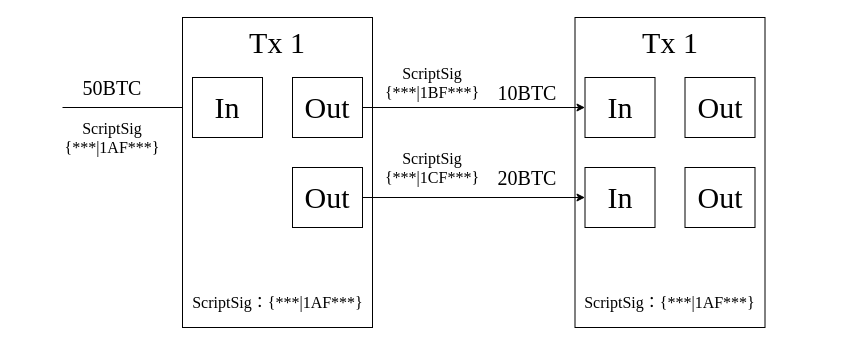
This is transcation.drawio from liugangjian/BTCWallet, a draw.io file, before an edit. Source tidied: cells renumbered, new cells numbered last; positions are measured from the earlier drawing's top-left corner, leaving out a move shared by most shapes. Both pictures are drawn from the tidied source at 100%, with x=0, y=0 at pixel (17, 17).
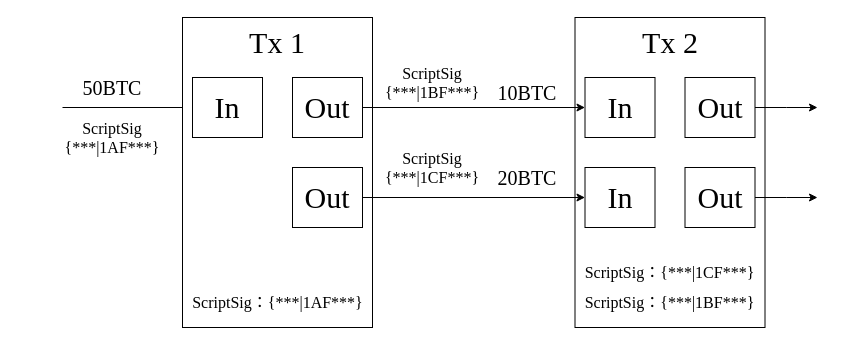
The same diagram, later.

The change refers to these unchanged cells:
```xml
<mxCell id="12" style="group;" parent="1" vertex="1">
  <mxGeometry x="555" width="195" height="310" as="geometry" />
</mxCell>
<mxCell id="16" value="&lt;font face=&quot;Times New Roman&quot; style=&quot;font-size: 30px&quot;&gt;Out&lt;/font&gt;" style="rounded=0;whiteSpace=wrap;html=1;" parent="12" vertex="1">
  <mxGeometry x="112.5" y="60" width="70" height="60" as="geometry" />
</mxCell>
<mxCell id="17" value="&lt;span style=&quot;font-family: &amp;#34;times new roman&amp;#34; ; font-size: 30px&quot;&gt;Out&lt;/span&gt;" style="rounded=0;whiteSpace=wrap;html=1;" parent="12" vertex="1">
  <mxGeometry x="112.5" y="150" width="70" height="60" as="geometry" />
</mxCell>
```

What changed in the source:
```diff
@@
-    <mxCell id="14" value="&lt;font style=&quot;font-size: 30px&quot; face=&quot;Times New Roman&quot;&gt;Tx 1&lt;/font&gt;" style="text;html=1;strokeColor=none;fillColor=none;align=center;verticalAlign=middle;whiteSpace=wrap;rounded=0;" parent="12" vertex="1">
+    <mxCell id="14" value="&lt;font style=&quot;font-size: 30px&quot; face=&quot;Times New Roman&quot;&gt;Tx 2&lt;/font&gt;" style="text;html=1;strokeColor=none;fillColor=none;align=center;verticalAlign=middle;whiteSpace=wrap;rounded=0;" parent="12" vertex="1">
       <mxGeometry x="57.5" width="80" height="50" as="geometry" />
     </mxCell>
@@
-    <mxCell id="18" value="&lt;font style=&quot;font-size: 16px&quot; face=&quot;Times New Roman&quot;&gt;ScriptSig：{***|1AF***}&lt;/font&gt;" style="text;html=1;strokeColor=none;fillColor=none;align=center;verticalAlign=middle;whiteSpace=wrap;rounded=0;" parent="12" vertex="1">
+    <mxCell id="18" value="&lt;font style=&quot;font-size: 16px&quot; face=&quot;Times New Roman&quot;&gt;ScriptSig：{***|1BF***}&lt;/font&gt;" style="text;html=1;strokeColor=none;fillColor=none;align=center;verticalAlign=middle;whiteSpace=wrap;rounded=0;" parent="12" vertex="1">
       <mxGeometry y="260" width="195" height="50" as="geometry" />
     </mxCell>
@@
+    <mxCell id="26" value="&lt;font style=&quot;font-size: 16px&quot; face=&quot;Times New Roman&quot;&gt;ScriptSig：{***|1CF***}&lt;/font&gt;" style="text;html=1;strokeColor=none;fillColor=none;align=center;verticalAlign=middle;whiteSpace=wrap;rounded=0;" parent="12" vertex="1">
+      <mxGeometry y="230" width="195" height="50" as="geometry" />
+    </mxCell>
@@
+    <mxCell id="27" style="edgeStyle=orthogonalEdgeStyle;rounded=0;jettySize=auto;html=1;exitX=1;exitY=0.5;exitDx=0;exitDy=0;" parent="1" edge="1" source="16">
+      <mxGeometry relative="1" as="geometry">
+        <mxPoint x="800" y="90" as="targetPoint" />
+      </mxGeometry>
+    </mxCell>
+    <mxCell id="28" style="edgeStyle=orthogonalEdgeStyle;rounded=0;jettySize=auto;html=1;exitX=1;exitY=0.5;exitDx=0;exitDy=0;" parent="1" edge="1" source="17">
+      <mxGeometry relative="1" as="geometry">
+        <mxPoint x="800" y="180" as="targetPoint" />
+      </mxGeometry>
+    </mxCell>
```
